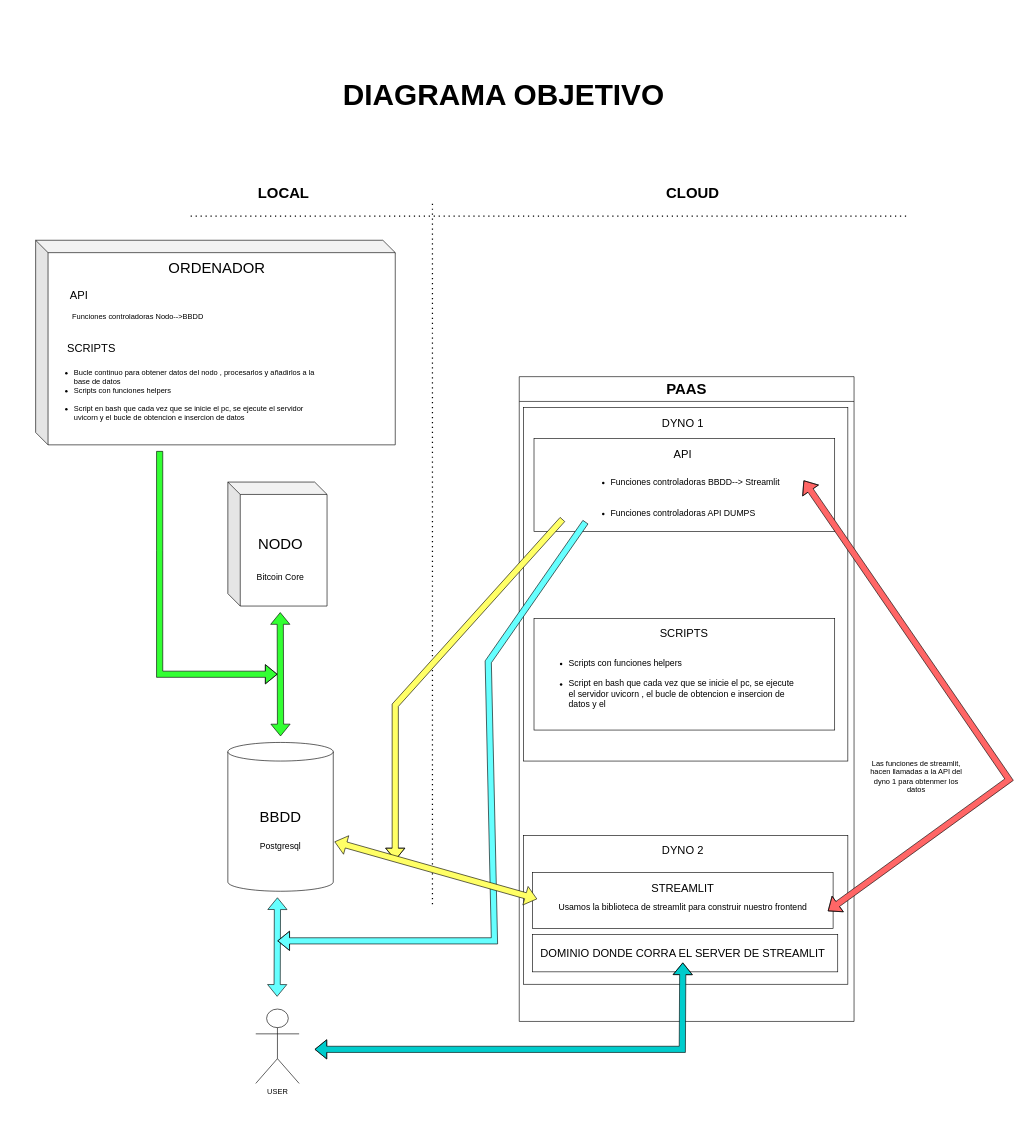
Block-Mole/diagrams keeps this draw.io diagram as Diagrama sin título.drawio. Above is the earlier version. Source tidied: cells renumbered, new cells numbered last; positions are measured from the earlier drawing's top-left corner, leaving out a move shared by most shapes. Both pictures are drawn from the tidied source at 62%, with x=0, y=0 at pixel (35, 85).
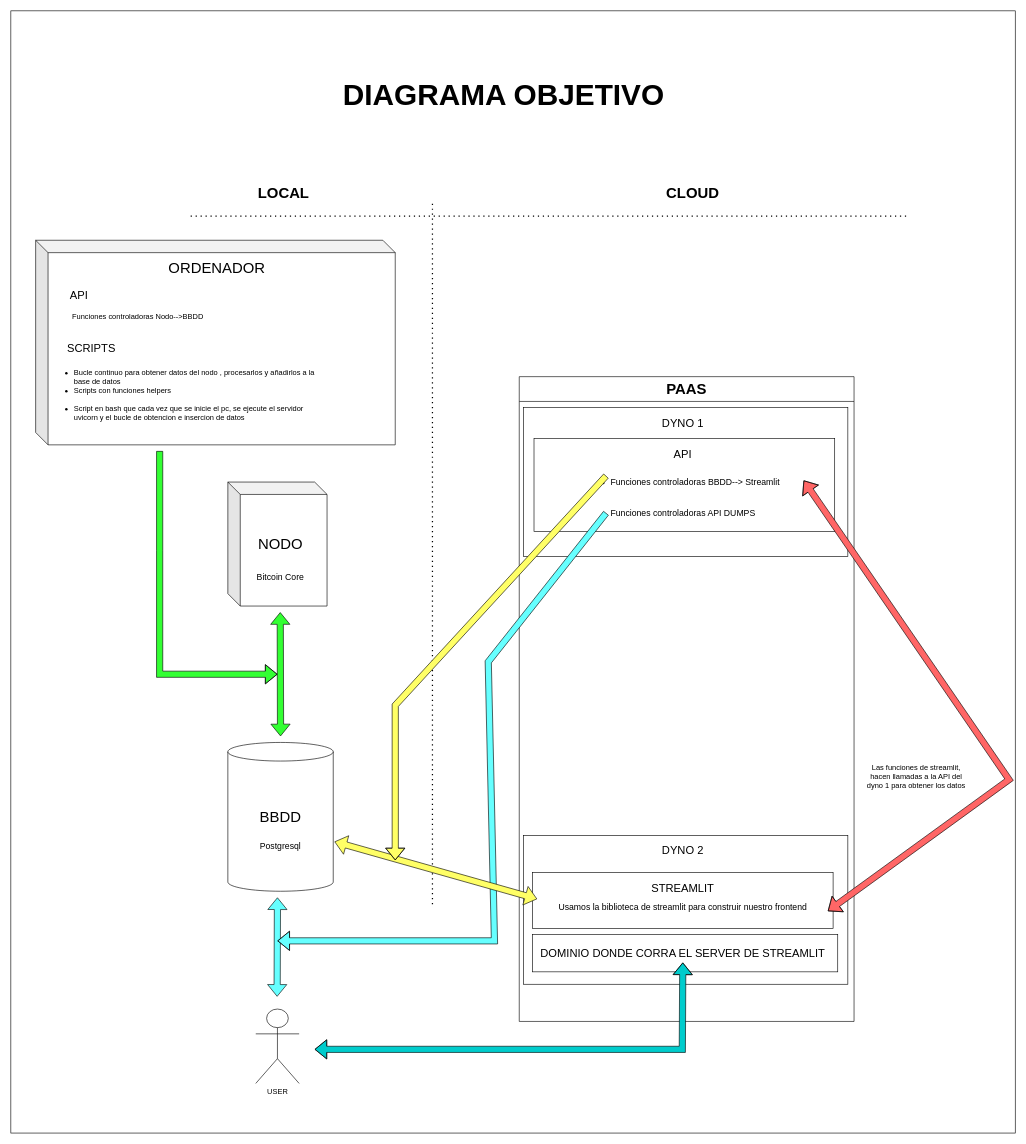
The same diagram, later.

The change refers to these unchanged cells:
```xml
<mxCell id="9" value="&lt;font style=&quot;font-size: 24px;&quot;&gt;PAAS&lt;/font&gt;" style="swimlane;whiteSpace=wrap;html=1;startSize=40;" parent="1" vertex="1">
  <mxGeometry x="780" y="470" width="540" height="1040" as="geometry" />
</mxCell>
<mxCell id="15" value="&lt;ul&gt;&lt;li style=&quot;text-align: left;&quot;&gt;&lt;font style=&quot;font-size: 14px;&quot;&gt;Funciones controladoras BBDD--&amp;gt; Streamlit&lt;br&gt;&lt;br&gt;&lt;br&gt;&lt;/font&gt;&lt;/li&gt;&lt;li style=&quot;text-align: left;&quot;&gt;&lt;font style=&quot;font-size: 14px;&quot;&gt;Funciones controladoras API DUMPS&lt;/font&gt;&lt;/li&gt;&lt;/ul&gt;" style="text;html=1;strokeColor=none;fillColor=none;align=center;verticalAlign=middle;whiteSpace=wrap;rounded=0;" parent="9" vertex="1">
  <mxGeometry x="68.8" y="140" width="390" height="110" as="geometry" />
</mxCell>
```

Diff of the diagram source:
```diff
@@
+    <mxCell id="47" style="rounded=0;whiteSpace=wrap;html=1;" parent="1" vertex="1">
+      <mxGeometry x="-40" y="-120" width="1620" height="1810" as="geometry" />
+    </mxCell>
@@
     <mxCell id="10" style="rounded=0;whiteSpace=wrap;html=1;" parent="9" vertex="1">
-      <mxGeometry x="7" y="50" width="523" height="570" as="geometry" />
+      <mxGeometry x="7" y="50" width="523" height="240" as="geometry" />
     </mxCell>
@@
-    <mxCell id="17" style="rounded=0;whiteSpace=wrap;html=1;" parent="9" vertex="1">
-      <mxGeometry x="23.8" y="390" width="485" height="180" as="geometry" />
-    </mxCell>
-    <mxCell id="18" value="&lt;font style=&quot;font-size: 18px;&quot;&gt;SCRIPTS&lt;/font&gt;" style="text;html=1;strokeColor=none;fillColor=none;align=center;verticalAlign=middle;whiteSpace=wrap;rounded=0;" parent="9" vertex="1">
-      <mxGeometry x="236.2" y="400" width="60" height="30" as="geometry" />
-    </mxCell>
-    <mxCell id="19" value="&lt;ul&gt;&lt;li style=&quot;text-align: left;&quot;&gt;&lt;span style=&quot;font-size: 14px;&quot;&gt;Scripts con funciones helpers&lt;br&gt;&lt;br&gt;&lt;/span&gt;&lt;/li&gt;&lt;li style=&quot;text-align: left;&quot;&gt;&lt;span style=&quot;font-size: 14px;&quot;&gt;Script en bash que cada vez que se inicie el pc, se ejecute el servidor uvicorn , el bucle de obtencion e insercion de datos y el&amp;nbsp;&lt;/span&gt;&lt;/li&gt;&lt;/ul&gt;" style="text;html=1;strokeColor=none;fillColor=none;align=center;verticalAlign=middle;whiteSpace=wrap;rounded=0;" parent="9" vertex="1">
-      <mxGeometry x="38.8" y="440" width="417.5" height="110" as="geometry" />
-    </mxCell>
@@
-    <mxCell id="30" style="shape=flexArrow;endArrow=classic;html=1;rounded=0;fillColor=#FFFF66;" parent="1" edge="1">
-      <mxGeometry relative="1" as="geometry">
-        <mxPoint x="850" y="700" as="sourcePoint" />
-        <mxPoint x="580" y="1250" as="targetPoint" />
-        <Array as="points">
-          <mxPoint x="580" y="1000" />
-        </Array>
-      </mxGeometry>
-    </mxCell>
@@
-    <mxCell id="35" style="shape=flexArrow;endArrow=classic;html=1;rounded=0;fillColor=#66FFFF;exitX=0.098;exitY=0.857;exitDx=0;exitDy=0;exitPerimeter=0;" parent="1" edge="1" source="15">
+    <mxCell id="35" style="shape=flexArrow;endArrow=classic;html=1;rounded=0;fillColor=#66FFFF;exitX=0.183;exitY=0.727;exitDx=0;exitDy=0;exitPerimeter=0;" parent="1" edge="1" source="15">
       <mxGeometry relative="1" as="geometry">
         <mxPoint x="390" y="1380" as="targetPoint" />
         <Array as="points">
           <mxPoint x="730" y="930" />
           <mxPoint x="740" y="1380" />
         </Array>
       </mxGeometry>
     </mxCell>
@@
-    <mxCell id="38" value="Las funciones de streamlit, hacen llamadas a la API del dyno 1 para obtenmer los datos" style="text;html=1;strokeColor=none;fillColor=none;align=center;verticalAlign=middle;whiteSpace=wrap;rounded=0;" parent="1" vertex="1">
+    <mxCell id="38" value="Las funciones de streamlit, hacen llamadas a la API del dyno 1 para obtener los datos" style="text;html=1;strokeColor=none;fillColor=none;align=center;verticalAlign=middle;whiteSpace=wrap;rounded=0;" parent="1" vertex="1">
       <mxGeometry x="1340" y="1100" width="161.2" height="30" as="geometry" />
     </mxCell>
@@
+    <mxCell id="30" style="shape=flexArrow;endArrow=classic;html=1;rounded=0;fillColor=#FFFF66;exitX=0.183;exitY=0.182;exitDx=0;exitDy=0;exitPerimeter=0;" parent="1" edge="1" source="15">
+      <mxGeometry relative="1" as="geometry">
+        <mxPoint x="580" y="1250" as="targetPoint" />
+        <Array as="points">
+          <mxPoint x="580" y="1000" />
+        </Array>
+      </mxGeometry>
+    </mxCell>
```
